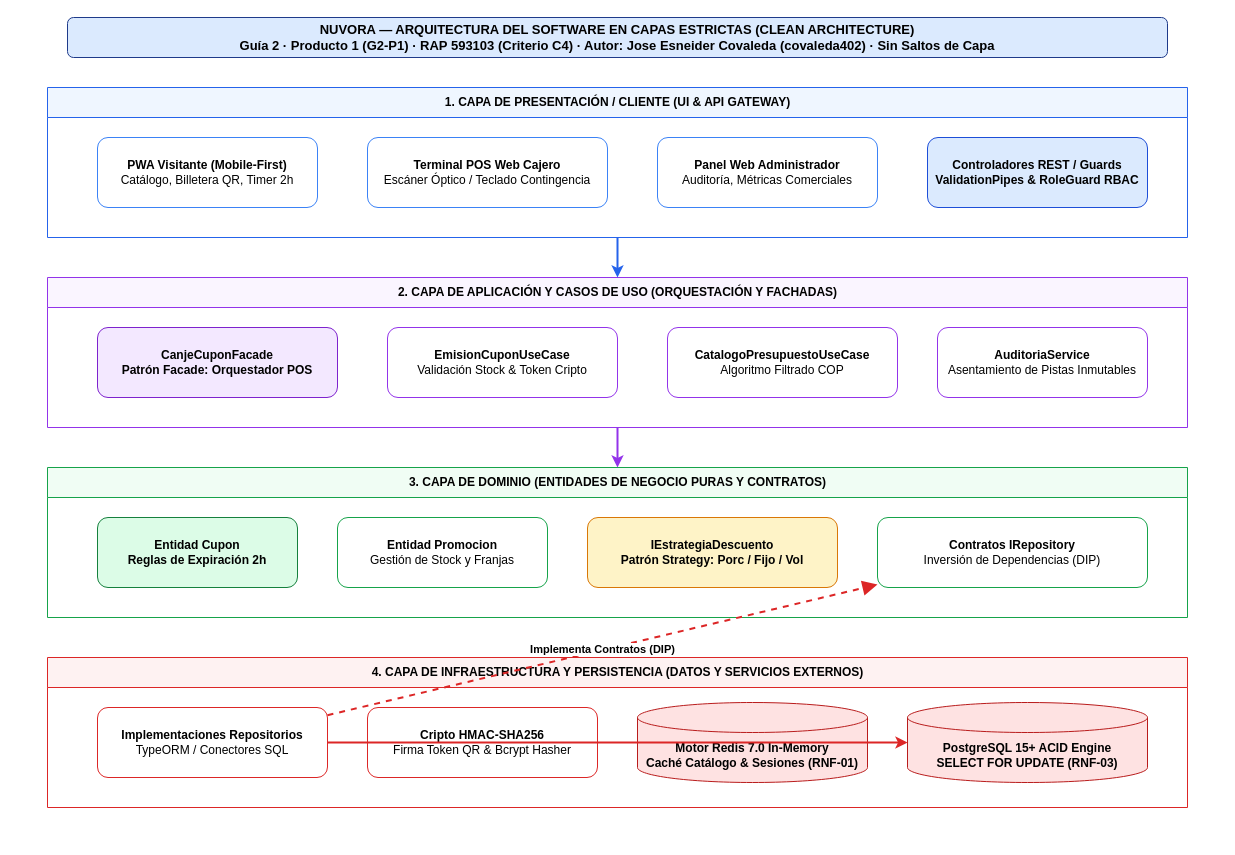
Earlier version of the draw.io diagram 02-training-project/01-phase/02-planning/06-architecture/04-evidence-learning/G2-P1-covaleda/04-arquitectura-software.drawio (covaleda402/ADSO-3413974). Source tidied: cells renumbered, new cells numbered last; positions are measured from the earlier drawing's top-left corner, leaving out a move shared by most shapes. Both pictures are drawn from the tidied source at 100%, with x=0, y=0 at pixel (47, 17).
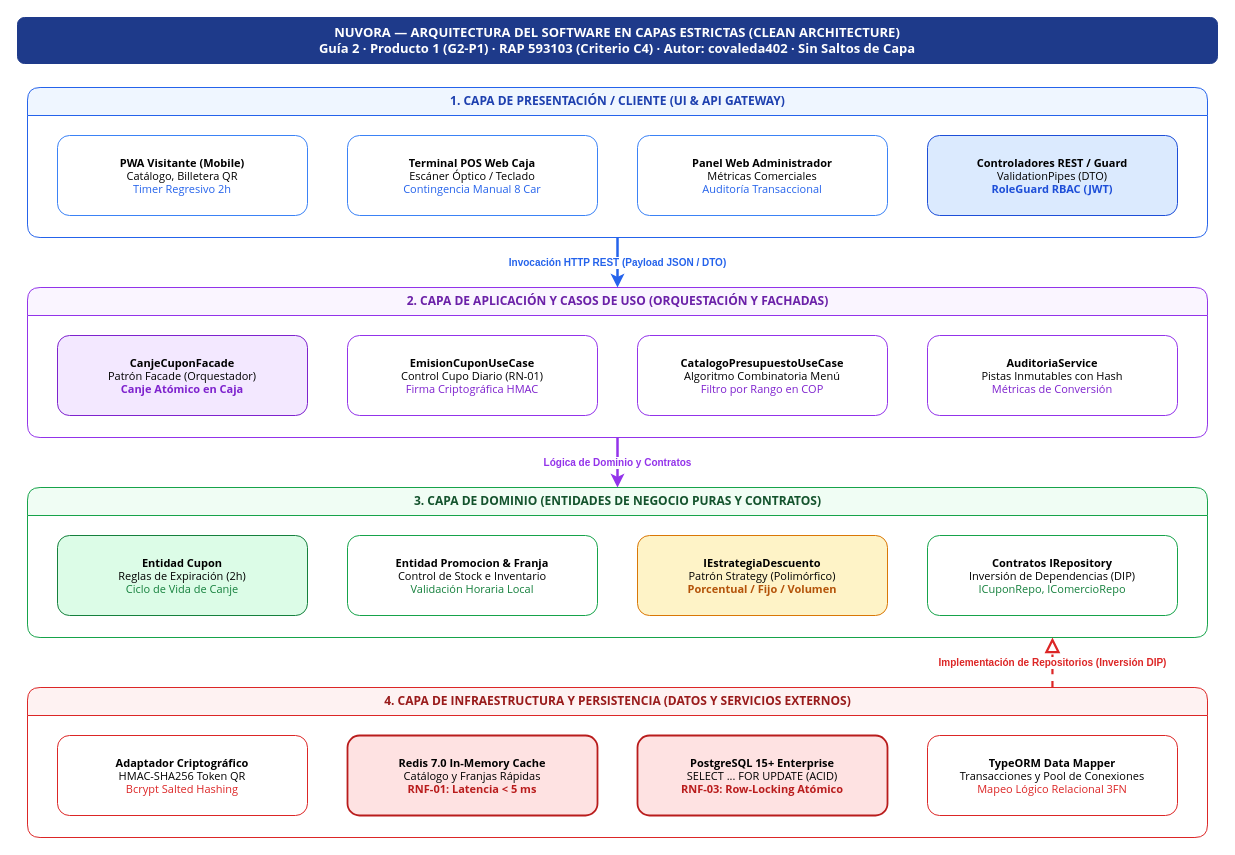
The same diagram, later.

Diff of the diagram source:
```diff
@@
-    <mxCell id="2" value="NUVORA — ARQUITECTURA DEL SOFTWARE EN CAPAS ESTRICTAS (CLEAN ARCHITECTURE)&#10;Guía 2 · Producto 1 (G2-P1) · RAP 593103 (Criterio C4) · Autor: Jose Esneider Covaleda (covaleda402) · Sin Saltos de Capa" style="text;html=1;strokeColor=#1E3A8A;fillColor=#DBEAFE;align=center;verticalAlign=middle;whiteSpace=wrap;rounded=1;fontSize=13;fontStyle=1;" parent="1" vertex="1">
-      <mxGeometry x="20" width="1100" height="40" as="geometry" />
+    <mxCell id="2" value="NUVORA — ARQUITECTURA DEL SOFTWARE EN CAPAS ESTRICTAS (CLEAN ARCHITECTURE)&#10;Guía 2 · Producto 1 (G2-P1) · RAP 593103 (Criterio C4) · Autor: covaleda402 · Sin Saltos de Capa" style="rounded=1;whiteSpace=wrap;html=1;strokeColor=#1E3A8A;fillColor=#1E3A8A;fontColor=#FFFFFF;align=center;verticalAlign=middle;fontSize=13;fontStyle=1;fontFamily=Segoe UI;" parent="1" vertex="1">
+      <mxGeometry x="-30" width="1200" height="46" as="geometry" />
     </mxCell>
-    <mxCell id="3" value="1. CAPA DE PRESENTACIÓN / CLIENTE (UI &amp; API GATEWAY)" style="swimlane;html=1;startSize=30;fillColor=#EFF6FF;strokeColor=#2563EB;fontSize=12;fontStyle=1;" parent="1" vertex="1">
-      <mxGeometry y="70" width="1140" height="150" as="geometry" />
+    <mxCell id="3" value="1. CAPA DE PRESENTACIÓN / CLIENTE (UI &amp; API GATEWAY)" style="swimlane;html=1;startSize=28;fillColor=#EFF6FF;strokeColor=#2563EB;fontColor=#1E40AF;fontSize=12;fontStyle=1;rounded=1;fontFamily=Segoe UI;" parent="1" vertex="1">
+      <mxGeometry x="-20" y="70" width="1180" height="150" as="geometry" />
     </mxCell>
-    <mxCell id="4" value="&lt;b&gt;PWA Visitante (Mobile-First)&lt;/b&gt;&lt;br&gt;Catálogo, Billetera QR, Timer 2h" style="rounded=1;whiteSpace=wrap;html=1;fillColor=#FFFFFF;strokeColor=#3B82F6;" parent="3" vertex="1">
-      <mxGeometry x="50" y="50" width="220" height="70" as="geometry" />
+    <mxCell id="4" value="&lt;b&gt;PWA Visitante (Mobile)&lt;/b&gt;&lt;br/&gt;Catálogo, Billetera QR&lt;br/&gt;&lt;font color=&quot;#2563EB&quot;&gt;Timer Regresivo 2h&lt;/font&gt;" style="rounded=1;whiteSpace=wrap;html=1;fillColor=#FFFFFF;strokeColor=#3B82F6;fontSize=11;fontFamily=Segoe UI;" parent="3" vertex="1">
+      <mxGeometry x="30" y="48" width="250" height="80" as="geometry" />
     </mxCell>
-    <mxCell id="5" value="&lt;b&gt;Terminal POS Web Cajero&lt;/b&gt;&lt;br&gt;Escáner Óptico / Teclado Contingencia" style="rounded=1;whiteSpace=wrap;html=1;fillColor=#FFFFFF;strokeColor=#3B82F6;" parent="3" vertex="1">
-      <mxGeometry x="320" y="50" width="240" height="70" as="geometry" />
+    <mxCell id="5" value="&lt;b&gt;Terminal POS Web Caja&lt;/b&gt;&lt;br/&gt;Escáner Óptico / Teclado&lt;br/&gt;&lt;font color=&quot;#2563EB&quot;&gt;Contingencia Manual 8 Car&lt;/font&gt;" style="rounded=1;whiteSpace=wrap;html=1;fillColor=#FFFFFF;strokeColor=#3B82F6;fontSize=11;fontFamily=Segoe UI;" parent="3" vertex="1">
+      <mxGeometry x="320" y="48" width="250" height="80" as="geometry" />
     </mxCell>
-    <mxCell id="6" value="&lt;b&gt;Panel Web Administrador&lt;/b&gt;&lt;br&gt;Auditoría, Métricas Comerciales" style="rounded=1;whiteSpace=wrap;html=1;fillColor=#FFFFFF;strokeColor=#3B82F6;" parent="3" vertex="1">
-      <mxGeometry x="610" y="50" width="220" height="70" as="geometry" />
+    <mxCell id="6" value="&lt;b&gt;Panel Web Administrador&lt;/b&gt;&lt;br/&gt;Métricas Comerciales&lt;br/&gt;&lt;font color=&quot;#2563EB&quot;&gt;Auditoría Transaccional&lt;/font&gt;" style="rounded=1;whiteSpace=wrap;html=1;fillColor=#FFFFFF;strokeColor=#3B82F6;fontSize=11;fontFamily=Segoe UI;" parent="3" vertex="1">
+      <mxGeometry x="610" y="48" width="250" height="80" as="geometry" />
     </mxCell>
-    <mxCell id="7" value="&lt;b&gt;Controladores REST / Guards&lt;/b&gt;&lt;br&gt;ValidationPipes &amp; RoleGuard RBAC" style="rounded=1;whiteSpace=wrap;html=1;fillColor=#DBEAFE;strokeColor=#1D4ED8;fontStyle=1;" parent="3" vertex="1">
-      <mxGeometry x="880" y="50" width="220" height="70" as="geometry" />
+    <mxCell id="7" value="&lt;b&gt;Controladores REST / Guard&lt;/b&gt;&lt;br/&gt;ValidationPipes (DTO)&lt;br/&gt;&lt;font color=&quot;#1D4ED8&quot;&gt;&lt;b&gt;RoleGuard RBAC (JWT)&lt;/b&gt;&lt;/font&gt;" style="rounded=1;whiteSpace=wrap;html=1;fillColor=#DBEAFE;strokeColor=#1D4ED8;fontSize=11;fontFamily=Segoe UI;" parent="3" vertex="1">
+      <mxGeometry x="900" y="48" width="250" height="80" as="geometry" />
     </mxCell>
-    <mxCell id="8" value="2. CAPA DE APLICACIÓN Y CASOS DE USO (ORQUESTACIÓN Y FACHADAS)" style="swimlane;html=1;startSize=30;fillColor=#FAF5FF;strokeColor=#9333EA;fontSize=12;fontStyle=1;" parent="1" vertex="1">
-      <mxGeometry y="260" width="1140" height="150" as="geometry" />
+    <mxCell id="8" value="2. CAPA DE APLICACIÓN Y CASOS DE USO (ORQUESTACIÓN Y FACHADAS)" style="swimlane;html=1;startSize=28;fillColor=#FAF5FF;strokeColor=#9333EA;fontColor=#6B21A8;fontSize=12;fontStyle=1;rounded=1;fontFamily=Segoe UI;" parent="1" vertex="1">
+      <mxGeometry x="-20" y="270" width="1180" height="150" as="geometry" />
     </mxCell>
-    <mxCell id="9" value="&lt;b&gt;CanjeCuponFacade&lt;/b&gt;&lt;br&gt;Patrón Facade: Orquestador POS" style="rounded=1;whiteSpace=wrap;html=1;fillColor=#F3E8FF;strokeColor=#7E22CE;fontStyle=1;" parent="8" vertex="1">
-      <mxGeometry x="50" y="50" width="240" height="70" as="geometry" />
+    <mxCell id="9" value="&lt;b&gt;CanjeCuponFacade&lt;/b&gt;&lt;br/&gt;Patrón Facade (Orquestador)&lt;br/&gt;&lt;font color=&quot;#7E22CE&quot;&gt;&lt;b&gt;Canje Atómico en Caja&lt;/b&gt;&lt;/font&gt;" style="rounded=1;whiteSpace=wrap;html=1;fillColor=#F3E8FF;strokeColor=#7E22CE;fontSize=11;fontFamily=Segoe UI;" parent="8" vertex="1">
+      <mxGeometry x="30" y="48" width="250" height="80" as="geometry" />
     </mxCell>
-    <mxCell id="10" value="&lt;b&gt;EmisionCuponUseCase&lt;/b&gt;&lt;br&gt;Validación Stock &amp; Token Cripto" style="rounded=1;whiteSpace=wrap;html=1;fillColor=#FFFFFF;strokeColor=#9333EA;" parent="8" vertex="1">
-      <mxGeometry x="340" y="50" width="230" height="70" as="geometry" />
+    <mxCell id="10" value="&lt;b&gt;EmisionCuponUseCase&lt;/b&gt;&lt;br/&gt;Control Cupo Diario (RN-01)&lt;br/&gt;&lt;font color=&quot;#7E22CE&quot;&gt;Firma Criptográfica HMAC&lt;/font&gt;" style="rounded=1;whiteSpace=wrap;html=1;fillColor=#FFFFFF;strokeColor=#9333EA;fontSize=11;fontFamily=Segoe UI;" parent="8" vertex="1">
+      <mxGeometry x="320" y="48" width="250" height="80" as="geometry" />
     </mxCell>
-    <mxCell id="11" value="&lt;b&gt;CatalogoPresupuestoUseCase&lt;/b&gt;&lt;br&gt;Algoritmo Filtrado COP" style="rounded=1;whiteSpace=wrap;html=1;fillColor=#FFFFFF;strokeColor=#9333EA;" parent="8" vertex="1">
-      <mxGeometry x="620" y="50" width="230" height="70" as="geometry" />
+    <mxCell id="11" value="&lt;b&gt;CatalogoPresupuestoUseCase&lt;/b&gt;&lt;br/&gt;Algoritmo Combinatoria Menú&lt;br/&gt;&lt;font color=&quot;#7E22CE&quot;&gt;Filtro por Rango en COP&lt;/font&gt;" style="rounded=1;whiteSpace=wrap;html=1;fillColor=#FFFFFF;strokeColor=#9333EA;fontSize=11;fontFamily=Segoe UI;" parent="8" vertex="1">
+      <mxGeometry x="610" y="48" width="250" height="80" as="geometry" />
     </mxCell>
-    <mxCell id="12" value="&lt;b&gt;AuditoriaService&lt;/b&gt;&lt;br&gt;Asentamiento de Pistas Inmutables" style="rounded=1;whiteSpace=wrap;html=1;fillColor=#FFFFFF;strokeColor=#9333EA;" parent="8" vertex="1">
-      <mxGeometry x="890" y="50" width="210" height="70" as="geometry" />
+    <mxCell id="12" value="&lt;b&gt;AuditoriaService&lt;/b&gt;&lt;br/&gt;Pistas Inmutables con Hash&lt;br/&gt;&lt;font color=&quot;#7E22CE&quot;&gt;Métricas de Conversión&lt;/font&gt;" style="rounded=1;whiteSpace=wrap;html=1;fillColor=#FFFFFF;strokeColor=#9333EA;fontSize=11;fontFamily=Segoe UI;" parent="8" vertex="1">
+      <mxGeometry x="900" y="48" width="250" height="80" as="geometry" />
     </mxCell>
-    <mxCell id="13" value="3. CAPA DE DOMINIO (ENTIDADES DE NEGOCIO PURAS Y CONTRATOS)" style="swimlane;html=1;startSize=30;fillColor=#F0FDF4;strokeColor=#16A34A;fontSize=12;fontStyle=1;" parent="1" vertex="1">
-      <mxGeometry y="450" width="1140" height="150" as="geometry" />
+    <mxCell id="13" value="3. CAPA DE DOMINIO (ENTIDADES DE NEGOCIO PURAS Y CONTRATOS)" style="swimlane;html=1;startSize=28;fillColor=#F0FDF4;strokeColor=#16A34A;fontColor=#14532D;fontSize=12;fontStyle=1;rounded=1;fontFamily=Segoe UI;" parent="1" vertex="1">
+      <mxGeometry x="-20" y="470" width="1180" height="150" as="geometry" />
     </mxCell>
-    <mxCell id="14" value="&lt;b&gt;Entidad Cupon&lt;/b&gt;&lt;br&gt;Reglas de Expiración 2h" style="rounded=1;whiteSpace=wrap;html=1;fillColor=#DCFCE7;strokeColor=#15803D;fontStyle=1;" parent="13" vertex="1">
-      <mxGeometry x="50" y="50" width="200" height="70" as="geometry" />
+    <mxCell id="14" value="&lt;b&gt;Entidad Cupon&lt;/b&gt;&lt;br/&gt;Reglas de Expiración (2h)&lt;br/&gt;&lt;font color=&quot;#15803D&quot;&gt;Ciclo de Vida de Canje&lt;/font&gt;" style="rounded=1;whiteSpace=wrap;html=1;fillColor=#DCFCE7;strokeColor=#15803D;fontSize=11;fontFamily=Segoe UI;" parent="13" vertex="1">
+      <mxGeometry x="30" y="48" width="250" height="80" as="geometry" />
     </mxCell>
-    <mxCell id="15" value="&lt;b&gt;Entidad Promocion&lt;/b&gt;&lt;br&gt;Gestión de Stock y Franjas" style="rounded=1;whiteSpace=wrap;html=1;fillColor=#FFFFFF;strokeColor=#16A34A;" parent="13" vertex="1">
-      <mxGeometry x="290" y="50" width="210" height="70" as="geometry" />
+    <mxCell id="15" value="&lt;b&gt;Entidad Promocion &amp;amp; Franja&lt;/b&gt;&lt;br/&gt;Control de Stock e Inventario&lt;br/&gt;&lt;font color=&quot;#15803D&quot;&gt;Validación Horaria Local&lt;/font&gt;" style="rounded=1;whiteSpace=wrap;html=1;fillColor=#FFFFFF;strokeColor=#16A34A;fontSize=11;fontFamily=Segoe UI;" parent="13" vertex="1">
+      <mxGeometry x="320" y="48" width="250" height="80" as="geometry" />
     </mxCell>
-    <mxCell id="16" value="&lt;b&gt;IEstrategiaDescuento&lt;/b&gt;&lt;br&gt;Patrón Strategy: Porc / Fijo / Vol" style="rounded=1;whiteSpace=wrap;html=1;fillColor=#FEF3C7;strokeColor=#D97706;fontStyle=1;" parent="13" vertex="1">
-      <mxGeometry x="540" y="50" width="250" height="70" as="geometry" />
+    <mxCell id="16" value="&lt;b&gt;IEstrategiaDescuento&lt;/b&gt;&lt;br/&gt;Patrón Strategy (Polimórfico)&lt;br/&gt;&lt;font color=&quot;#B45309&quot;&gt;&lt;b&gt;Porcentual / Fijo / Volumen&lt;/b&gt;&lt;/font&gt;" style="rounded=1;whiteSpace=wrap;html=1;fillColor=#FEF3C7;strokeColor=#D97706;fontSize=11;fontFamily=Segoe UI;" parent="13" vertex="1">
+      <mxGeometry x="610" y="48" width="250" height="80" as="geometry" />
     </mxCell>
-    <mxCell id="17" value="&lt;b&gt;Contratos IRepository&lt;/b&gt;&lt;br&gt;Inversión de Dependencias (DIP)" style="rounded=1;whiteSpace=wrap;html=1;fillColor=#FFFFFF;strokeColor=#16A34A;" parent="13" vertex="1">
-      <mxGeometry x="830" y="50" width="270" height="70" as="geometry" />
+    <mxCell id="17" value="&lt;b&gt;Contratos IRepository&lt;/b&gt;&lt;br/&gt;Inversión de Dependencias (DIP)&lt;br/&gt;&lt;font color=&quot;#15803D&quot;&gt;ICuponRepo, IComercioRepo&lt;/font&gt;" style="rounded=1;whiteSpace=wrap;html=1;fillColor=#FFFFFF;strokeColor=#16A34A;fontSize=11;fontFamily=Segoe UI;" parent="13" vertex="1">
+      <mxGeometry x="900" y="48" width="250" height="80" as="geometry" />
     </mxCell>
-    <mxCell id="18" value="4. CAPA DE INFRAESTRUCTURA Y PERSISTENCIA (DATOS Y SERVICIOS EXTERNOS)" style="swimlane;html=1;startSize=30;fillColor=#FEF2F2;strokeColor=#DC2626;fontSize=12;fontStyle=1;" parent="1" vertex="1">
-      <mxGeometry y="640" width="1140" height="150" as="geometry" />
+    <mxCell id="18" value="4. CAPA DE INFRAESTRUCTURA Y PERSISTENCIA (DATOS Y SERVICIOS EXTERNOS)" style="swimlane;html=1;startSize=28;fillColor=#FEF2F2;strokeColor=#DC2626;fontColor=#991B1B;fontSize=12;fontStyle=1;rounded=1;fontFamily=Segoe UI;" parent="1" vertex="1">
+      <mxGeometry x="-20" y="670" width="1180" height="150" as="geometry" />
     </mxCell>
-    <mxCell id="19" value="&lt;b&gt;Implementaciones Repositorios&lt;/b&gt;&lt;br&gt;TypeORM / Conectores SQL" style="rounded=1;whiteSpace=wrap;html=1;fillColor=#FFFFFF;strokeColor=#DC2626;" parent="18" vertex="1">
-      <mxGeometry x="50" y="50" width="230" height="70" as="geometry" />
-    </mxCell>
-    <mxCell id="20" value="&lt;b&gt;Cripto HMAC-SHA256&lt;/b&gt;&lt;br&gt;Firma Token QR &amp; Bcrypt Hasher" style="rounded=1;whiteSpace=wrap;html=1;fillColor=#FFFFFF;strokeColor=#DC2626;" parent="18" vertex="1">
-      <mxGeometry x="320" y="50" width="230" height="70" as="geometry" />
+    <mxCell id="20" value="&lt;b&gt;Adaptador Criptográfico&lt;/b&gt;&lt;br/&gt;HMAC-SHA256 Token QR&lt;br/&gt;&lt;font color=&quot;#DC2626&quot;&gt;Bcrypt Salted Hashing&lt;/font&gt;" style="rounded=1;whiteSpace=wrap;html=1;fillColor=#FFFFFF;strokeColor=#DC2626;fontSize=11;fontFamily=Segoe UI;" parent="18" vertex="1">
+      <mxGeometry x="30" y="48" width="250" height="80" as="geometry" />
     </mxCell>
-    <mxCell id="21" value="&lt;b&gt;Motor Redis 7.0 In-Memory&lt;/b&gt;&lt;br&gt;Caché Catálogo &amp; Sesiones (RNF-01)" style="shape=cylinder3;whiteSpace=wrap;html=1;boundedLbl=1;backgroundOutline=1;fillColor=#FEE2E2;strokeColor=#B91C1C;fontStyle=1;" parent="18" vertex="1">
-      <mxGeometry x="590" y="45" width="230" height="80" as="geometry" />
+    <mxCell id="21" value="&lt;b&gt;Redis 7.0 In-Memory Cache&lt;/b&gt;&lt;br/&gt;Catálogo y Franjas Rápidas&lt;br/&gt;&lt;font color=&quot;#B91C1C&quot;&gt;&lt;b&gt;RNF-01: Latencia &amp;lt; 5 ms&lt;/b&gt;&lt;/font&gt;" style="rounded=1;whiteSpace=wrap;html=1;fillColor=#FEE2E2;strokeColor=#B91C1C;strokeWidth=1.8;fontSize=11;fontFamily=Segoe UI;" parent="18" vertex="1">
+      <mxGeometry x="320" y="48" width="250" height="80" as="geometry" />
     </mxCell>
-    <mxCell id="22" value="&lt;b&gt;PostgreSQL 15+ ACID Engine&lt;/b&gt;&lt;br&gt;SELECT FOR UPDATE (RNF-03)" style="shape=cylinder3;whiteSpace=wrap;html=1;boundedLbl=1;backgroundOutline=1;fillColor=#FEE2E2;strokeColor=#B91C1C;fontStyle=1;" parent="18" vertex="1">
-      <mxGeometry x="860" y="45" width="240" height="80" as="geometry" />
+    <mxCell id="22" value="&lt;b&gt;PostgreSQL 15+ Enterprise&lt;/b&gt;&lt;br/&gt;SELECT ... FOR UPDATE (ACID)&lt;br/&gt;&lt;font color=&quot;#B91C1C&quot;&gt;&lt;b&gt;RNF-03: Row-Locking Atómico&lt;/b&gt;&lt;/font&gt;" style="rounded=1;whiteSpace=wrap;html=1;fillColor=#FEE2E2;strokeColor=#B91C1C;strokeWidth=1.8;fontSize=11;fontFamily=Segoe UI;" parent="18" vertex="1">
+      <mxGeometry x="610" y="48" width="250" height="80" as="geometry" />
     </mxCell>
+    <mxCell id="19" value="&lt;b&gt;TypeORM Data Mapper&lt;/b&gt;&lt;br/&gt;Transacciones y Pool de Conexiones&lt;br/&gt;&lt;font color=&quot;#DC2626&quot;&gt;Mapeo Lógico Relacional 3FN&lt;/font&gt;" style="rounded=1;whiteSpace=wrap;html=1;fillColor=#FFFFFF;strokeColor=#DC2626;fontSize=11;fontFamily=Segoe UI;" parent="18" vertex="1">
+      <mxGeometry x="900" y="48" width="250" height="80" as="geometry" />
+    </mxCell>
-    <mxCell id="23" style="endArrow=classic;html=1;strokeColor=#2563EB;strokeWidth=2;" parent="1" edge="1" source="3" target="8">
+    <mxCell id="23" value="Invocación HTTP REST (Payload JSON / DTO)" style="edgeStyle=orthogonalEdgeStyle;endArrow=classic;html=1;strokeColor=#2563EB;strokeWidth=2.5;fontSize=10;fontStyle=1;fontColor=#2563EB;labelBackgroundColor=#ffffff;exitX=0.5;exitY=1;entryX=0.5;entryY=0;" parent="1" edge="1" source="3" target="8">
       <mxGeometry relative="1" as="geometry" />
     </mxCell>
-    <mxCell id="24" style="endArrow=classic;html=1;strokeColor=#9333EA;strokeWidth=2;" parent="1" edge="1" source="8" target="13">
+    <mxCell id="24" value="Lógica de Dominio y Contratos" style="edgeStyle=orthogonalEdgeStyle;endArrow=classic;html=1;strokeColor=#9333EA;strokeWidth=2.5;fontSize=10;fontStyle=1;fontColor=#9333EA;labelBackgroundColor=#ffffff;exitX=0.5;exitY=1;entryX=0.5;entryY=0;" parent="1" edge="1" source="8" target="13">
       <mxGeometry relative="1" as="geometry" />
     </mxCell>
-    <mxCell id="25" value="Implementa Contratos (DIP)" style="endArrow=block;dashed=1;endSize=10;html=1;strokeColor=#DC2626;strokeWidth=2;fontSize=11;fontStyle=1;" parent="1" edge="1" source="19" target="17">
-      <mxGeometry relative="1" as="geometry" />
+    <mxCell id="25" value="Implementación de Repositorios (Inversión DIP)" style="edgeStyle=orthogonalEdgeStyle;endArrow=block;dashed=1;endSize=10;endFill=0;html=1;strokeColor=#DC2626;strokeWidth=2.2;fontSize=10;fontStyle=1;fontColor=#DC2626;labelBackgroundColor=#ffffff;exitX=0.8686;exitY=0;entryX=0.8686;entryY=1;" parent="1" edge="1" source="18" target="13">
+      <mxGeometry relative="1" as="geometry">
+        <Array as="points">
+          <mxPoint x="1005" y="670" />
+          <mxPoint x="1005" y="620" />
+        </Array>
+      </mxGeometry>
     </mxCell>
-    <mxCell id="26" style="endArrow=classic;html=1;strokeColor=#DC2626;strokeWidth=2;" parent="1" edge="1" source="19" target="22">
-      <mxGeometry relative="1" as="geometry" />
-    </mxCell>
```
